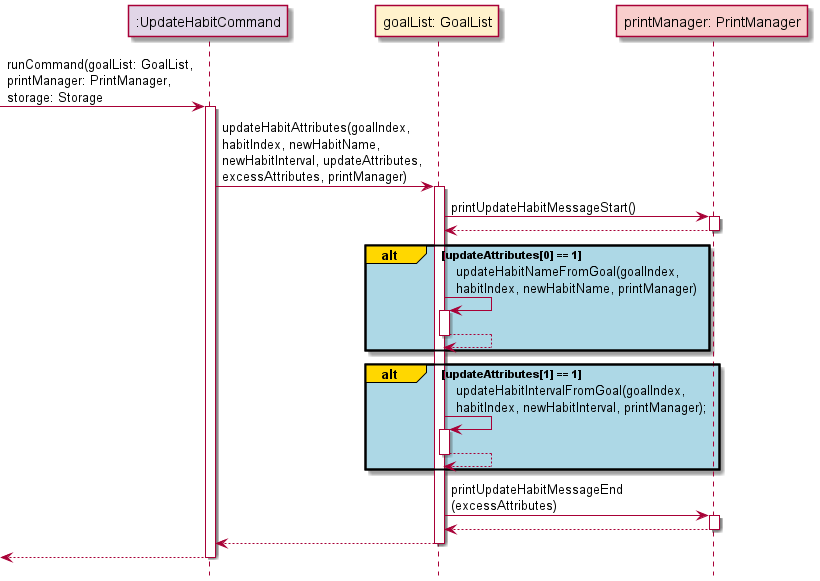
Before: docs/Diagram_Images/Implementation_Diagram_Images/UpdateHabitCommandSequenceDiagram.png, a diagram exported from PlantUML (nus-cs2113-AY2122S1/tp).
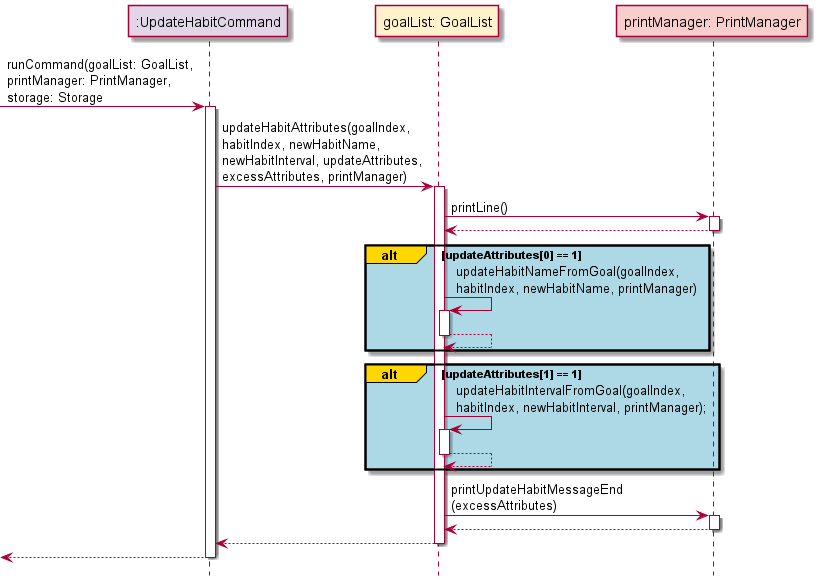
After the change.

The edit, as a diff of the source:
```diff
@@ -11,7 +11,7 @@
 UpdateHabitCommand -> goalList: updateHabitAttributes(goalIndex,\nhabitIndex, newHabitName,\nnewHabitInterval, updateAttributes,\nexcessAttributes, printManager)
 activate goalList
 
-goalList -> printManager: printUpdateHabitMessageStart()
+goalList -> printManager: printLine()
 activate printManager
 printManager --> goalList
 deactivate printManager
```
